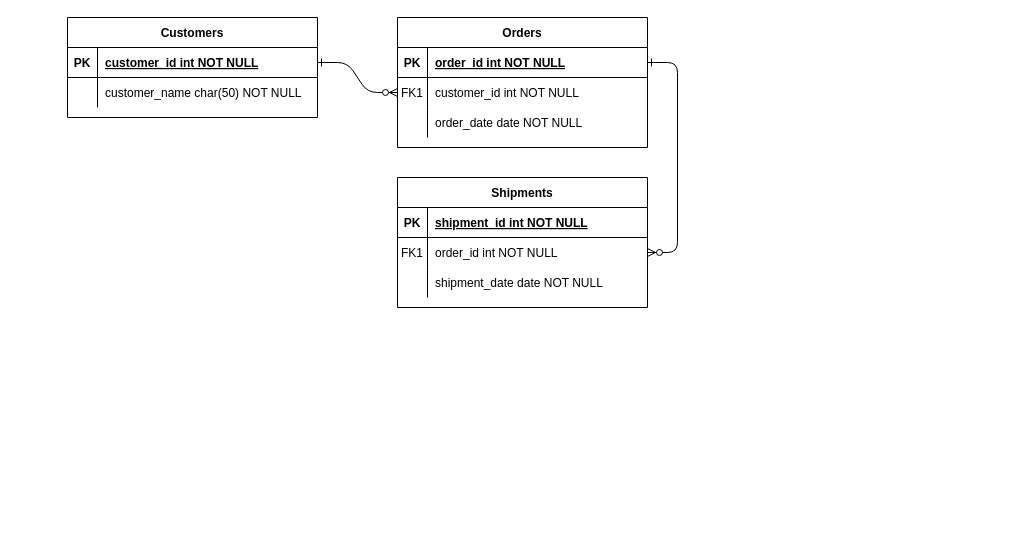
Earlier version of the draw.io diagram Untitled Diagram.drawio (Amol892/Practics1). Source tidied: cells renumbered, new cells numbered last; positions are measured from the earlier drawing's top-left corner, leaving out a move shared by most shapes. Both pictures are drawn from the tidied source at 100%, with x=0, y=0 at pixel (67, 17).
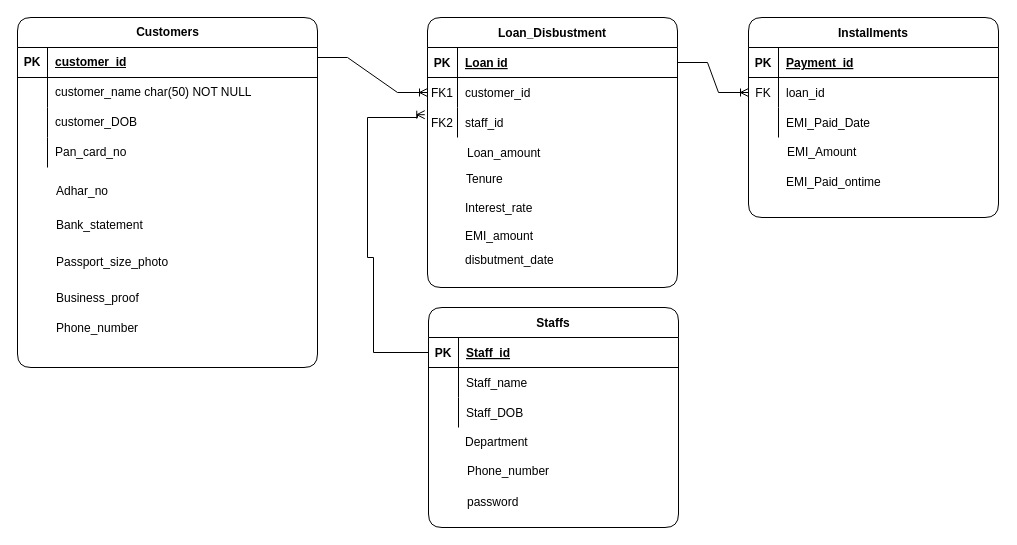
The same page after the edit.

Commit message:
Business_loan_application_Entity_Diagram

Unchanged cells that the change refers to:
```xml
<mxCell id="5" style="shape=partialRectangle;fillColor=none;points=[[0,0.5],[1,0.5]];portConstraint=eastwest;top=0;left=0;right=0;bottom=1;" parent="4" vertex="1">
  <mxGeometry y="30" width="250" height="30" as="geometry" />
</mxCell>
<mxCell id="8" style="shape=partialRectangle;fillColor=none;points=[[0,0.5],[1,0.5]];portConstraint=eastwest;top=0;left=0;right=0;bottom=0;" parent="4" vertex="1">
  <mxGeometry y="60" width="250" height="30" as="geometry" />
</mxCell>
<mxCell id="11" style="shape=partialRectangle;fillColor=none;top=0;left=0;right=0;bottom=0;" parent="4" vertex="1">
  <mxGeometry y="90" width="250" height="30" as="geometry" />
</mxCell>
```

What changed in the source:
```diff
@@
-    <mxCell id="2" style="edgeStyle=entityRelationEdgeStyle;endArrow=ERzeroToMany;startArrow=ERone;endFill=1;startFill=0;" parent="1" edge="1" source="25" target="8">
-      <mxGeometry relative="1" as="geometry" />
-    </mxCell>
-    <mxCell id="3" style="edgeStyle=entityRelationEdgeStyle;endArrow=ERzeroToMany;startArrow=ERone;endFill=1;startFill=0;" parent="1" edge="1" source="5" target="18">
-      <mxGeometry relative="1" as="geometry" />
-    </mxCell>
-    <mxCell id="4" value="Orders" style="shape=table;startSize=30;childLayout=tableLayout;rowLines=0;fontStyle=1;align=center;" parent="1" vertex="1">
-      <mxGeometry x="330" width="250" height="130" as="geometry" />
+    <mxCell id="4" value="Staffs" style="shape=table;startSize=30;childLayout=tableLayout;rowLines=0;fontStyle=1;align=center;rounded=1;" parent="1" vertex="1">
+      <mxGeometry x="361" y="290" width="250" height="220" as="geometry" />
     </mxCell>
@@
-    <mxCell id="7" value="order_id int NOT NULL " style="shape=partialRectangle;overflow=hidden;fillColor=none;top=0;left=0;bottom=0;right=0;align=left;spacingLeft=6;fontStyle=5;" parent="5" vertex="1">
+    <mxCell id="7" value="Staff_id" style="shape=partialRectangle;overflow=hidden;fillColor=none;top=0;left=0;bottom=0;right=0;align=left;spacingLeft=6;fontStyle=5;" parent="5" vertex="1">
       <mxGeometry x="30" width="220" height="30" as="geometry" />
     </mxCell>
@@
-    <mxCell id="9" value="FK1" style="shape=partialRectangle;overflow=hidden;fillColor=none;top=0;left=0;bottom=0;right=0;" parent="8" vertex="1">
+    <mxCell id="9" style="shape=partialRectangle;overflow=hidden;fillColor=none;top=0;left=0;bottom=0;right=0;" parent="8" vertex="1">
       <mxGeometry width="30" height="30" as="geometry" />
     </mxCell>
-    <mxCell id="10" value="customer_id int NOT NULL" style="shape=partialRectangle;overflow=hidden;fillColor=none;top=0;left=0;bottom=0;right=0;align=left;spacingLeft=6;" parent="8" vertex="1">
+    <mxCell id="10" value="Staff_name" style="shape=partialRectangle;overflow=hidden;fillColor=none;top=0;left=0;bottom=0;right=0;align=left;spacingLeft=6;" parent="8" vertex="1">
       <mxGeometry x="30" width="220" height="30" as="geometry" />
     </mxCell>
@@
-    <mxCell id="13" value="order_date date NOT NULL" style="shape=partialRectangle;overflow=hidden;fillColor=none;top=0;left=0;bottom=0;right=0;align=left;spacingLeft=6;" parent="11" vertex="1">
+    <mxCell id="13" value="Staff_DOB" style="shape=partialRectangle;overflow=hidden;fillColor=none;top=0;left=0;bottom=0;right=0;align=left;spacingLeft=6;" parent="11" vertex="1">
       <mxGeometry x="30" width="220" height="30" as="geometry" />
     </mxCell>
-    <mxCell id="14" value="Shipments" style="shape=table;startSize=30;childLayout=tableLayout;rowLines=0;fontStyle=1;align=center;" parent="1" vertex="1">
-      <mxGeometry x="330" y="160" width="250" height="130" as="geometry" />
-    </mxCell>
-    <mxCell id="15" style="shape=partialRectangle;fillColor=none;top=0;left=0;right=0;bottom=1;" parent="14" vertex="1">
-      <mxGeometry y="30" width="250" height="30" as="geometry" />
-    </mxCell>
-    <mxCell id="16" value="PK" style="shape=partialRectangle;overflow=hidden;fillColor=none;top=0;left=0;bottom=0;right=0;fontStyle=1;" parent="15" vertex="1">
-      <mxGeometry width="30" height="30" as="geometry" />
-    </mxCell>
-    <mxCell id="17" value="shipment_id int NOT NULL " style="shape=partialRectangle;overflow=hidden;fillColor=none;top=0;left=0;bottom=0;right=0;align=left;spacingLeft=6;fontStyle=5;" parent="15" vertex="1">
-      <mxGeometry x="30" width="220" height="30" as="geometry" />
-    </mxCell>
-    <mxCell id="18" style="shape=partialRectangle;fillColor=none;points=[[0,0.5],[1,0.5]];portConstraint=eastwest;top=0;left=0;right=0;bottom=0;" parent="14" vertex="1">
-      <mxGeometry y="60" width="250" height="30" as="geometry" />
-    </mxCell>
+    <mxCell id="24" value="Customers" style="shape=table;startSize=30;childLayout=tableLayout;rowLines=0;fontStyle=1;align=center;html=1;rounded=1;" parent="1" vertex="1">
+      <mxGeometry x="-50" width="300" height="350" as="geometry" />
+    </mxCell>
+    <mxCell id="31" style="shape=tableRow;horizontal=0;startSize=0;swimlaneHead=0;swimlaneBody=0;fillColor=none;top=0;left=0;right=0;bottom=1;" parent="24" vertex="1">
+      <mxGeometry y="30" width="300" height="30" as="geometry" />
+    </mxCell>
+    <mxCell id="32" value="PK" style="shape=partialRectangle;fillColor=none;top=0;left=0;bottom=0;right=0;fontStyle=1;overflow=hidden;whiteSpace=wrap;html=1;" parent="31" vertex="1">
+      <mxGeometry width="30" height="30" as="geometry" />
+    </mxCell>
+    <mxCell id="33" value="customer_id" style="shape=partialRectangle;fillColor=none;top=0;left=0;bottom=0;right=0;align=left;spacingLeft=6;fontStyle=5;overflow=hidden;whiteSpace=wrap;html=1;" parent="31" vertex="1">
+      <mxGeometry x="30" width="270" height="30" as="geometry" />
+    </mxCell>
+    <mxCell id="34" style="shape=tableRow;horizontal=0;startSize=0;swimlaneHead=0;swimlaneBody=0;fillColor=none;top=0;left=0;right=0;bottom=0;" parent="24" vertex="1">
+      <mxGeometry y="60" width="300" height="30" as="geometry" />
+    </mxCell>
+    <mxCell id="35" style="shape=partialRectangle;fillColor=none;top=0;left=0;bottom=0;right=0;overflow=hidden;whiteSpace=wrap;html=1;" parent="34" vertex="1">
+      <mxGeometry width="30" height="30" as="geometry" />
+    </mxCell>
+    <mxCell id="30" value="customer_name char(50) NOT NULL" style="shape=partialRectangle;fillColor=none;top=0;left=0;bottom=0;right=0;align=left;spacingLeft=6;overflow=hidden;whiteSpace=wrap;html=1;" parent="34" vertex="1">
+      <mxGeometry x="30" width="270" height="30" as="geometry" />
+    </mxCell>
+    <mxCell id="36" style="shape=tableRow;horizontal=0;startSize=0;swimlaneHead=0;swimlaneBody=0;fillColor=none;top=0;left=0;right=0;bottom=0;" parent="24" vertex="1">
+      <mxGeometry y="90" width="300" height="30" as="geometry" />
+    </mxCell>
+    <mxCell id="37" style="shape=partialRectangle;fillColor=none;top=0;left=0;bottom=0;right=0;overflow=hidden;whiteSpace=wrap;html=1;" parent="36" vertex="1">
+      <mxGeometry width="30" height="30" as="geometry" />
+    </mxCell>
+    <mxCell id="38" value="customer_DOB" style="shape=partialRectangle;fillColor=none;top=0;left=0;bottom=0;right=0;align=left;spacingLeft=6;overflow=hidden;whiteSpace=wrap;html=1;" parent="36" vertex="1">
+      <mxGeometry x="30" width="270" height="30" as="geometry" />
+    </mxCell>
+    <mxCell id="39" style="shape=tableRow;horizontal=0;startSize=0;swimlaneHead=0;swimlaneBody=0;fillColor=none;top=0;left=0;right=0;bottom=0;" parent="24" vertex="1">
+      <mxGeometry y="120" width="300" height="30" as="geometry" />
+    </mxCell>
+    <mxCell id="40" style="shape=partialRectangle;fillColor=none;top=0;left=0;bottom=0;right=0;overflow=hidden;whiteSpace=wrap;html=1;" parent="39" vertex="1">
+      <mxGeometry width="30" height="30" as="geometry" />
+    </mxCell>
+    <mxCell id="41" value="Pan_card_no" style="shape=partialRectangle;fillColor=none;top=0;left=0;bottom=0;right=0;align=left;spacingLeft=6;overflow=hidden;whiteSpace=wrap;html=1;" parent="39" vertex="1">
+      <mxGeometry x="30" width="270" height="30" as="geometry" />
+    </mxCell>
+    <mxCell id="42" style="shape=tableRow;horizontal=0;startSize=0;swimlaneHead=0;swimlaneBody=0;fillColor=none;top=0;left=0;right=0;bottom=0;" parent="1" vertex="1">
+      <mxGeometry x="-49" y="159" width="300" height="30" as="geometry" />
+    </mxCell>
+    <mxCell id="43" style="shape=partialRectangle;fillColor=none;top=0;left=0;bottom=0;right=0;overflow=hidden;whiteSpace=wrap;html=1;" parent="42" vertex="1">
+      <mxGeometry width="30" height="30" as="geometry" />
+    </mxCell>
+    <mxCell id="44" value="Adhar_no" style="shape=partialRectangle;fillColor=none;top=0;left=0;bottom=0;right=0;align=left;spacingLeft=6;overflow=hidden;whiteSpace=wrap;html=1;" parent="42" vertex="1">
+      <mxGeometry x="30" width="270" height="30" as="geometry" />
+    </mxCell>
+    <mxCell id="45" value="Bank_statement" style="shape=partialRectangle;fillColor=none;top=0;left=0;bottom=0;right=0;align=left;spacingLeft=6;overflow=hidden;whiteSpace=wrap;html=1;" parent="1" vertex="1">
+      <mxGeometry x="-19" y="193" width="270" height="30" as="geometry" />
+    </mxCell>
+    <mxCell id="46" value="Passport_size_photo" style="shape=partialRectangle;fillColor=none;top=0;left=0;bottom=0;right=0;align=left;spacingLeft=6;overflow=hidden;whiteSpace=wrap;html=1;" parent="1" vertex="1">
+      <mxGeometry x="-19" y="230" width="270" height="30" as="geometry" />
+    </mxCell>
+    <mxCell id="47" value="Business_proof" style="shape=partialRectangle;fillColor=none;top=0;left=0;bottom=0;right=0;align=left;spacingLeft=6;overflow=hidden;whiteSpace=wrap;html=1;" parent="1" vertex="1">
+      <mxGeometry x="-19" y="266" width="270" height="30" as="geometry" />
+    </mxCell>
+    <mxCell id="48" value="Department" style="shape=partialRectangle;overflow=hidden;fillColor=none;top=0;left=0;bottom=0;right=0;align=left;spacingLeft=6;" parent="1" vertex="1">
+      <mxGeometry x="390" y="409" width="220" height="30" as="geometry" />
+    </mxCell>
+    <mxCell id="49" value="password" style="shape=partialRectangle;overflow=hidden;fillColor=none;top=0;left=0;bottom=0;right=0;align=left;spacingLeft=6;" parent="1" vertex="1">
+      <mxGeometry x="392" y="469" width="220" height="30" as="geometry" />
+    </mxCell>
+    <mxCell id="50" value="Phone_number" style="shape=partialRectangle;fillColor=none;top=0;left=0;bottom=0;right=0;align=left;spacingLeft=6;overflow=hidden;whiteSpace=wrap;html=1;" parent="1" vertex="1">
+      <mxGeometry x="-19" y="296" width="270" height="30" as="geometry" />
+    </mxCell>
+    <mxCell id="51" value="Phone_number" style="shape=partialRectangle;fillColor=none;top=0;left=0;bottom=0;right=0;align=left;spacingLeft=6;overflow=hidden;whiteSpace=wrap;html=1;" parent="1" vertex="1">
+      <mxGeometry x="392" y="439" width="219" height="30" as="geometry" />
+    </mxCell>
+    <mxCell id="52" value="Loan_Disbustment" style="shape=table;startSize=30;childLayout=tableLayout;rowLines=0;fontStyle=1;align=center;rounded=1;" parent="1" vertex="1">
+      <mxGeometry x="360" width="250" height="270" as="geometry" />
+    </mxCell>
+    <mxCell id="53" style="shape=partialRectangle;fillColor=none;points=[[0,0.5],[1,0.5]];portConstraint=eastwest;top=0;left=0;right=0;bottom=1;" parent="52" vertex="1">
+      <mxGeometry y="30" width="250" height="30" as="geometry" />
+    </mxCell>
+    <mxCell id="54" value="PK" style="shape=partialRectangle;overflow=hidden;fillColor=none;top=0;left=0;bottom=0;right=0;fontStyle=1;" parent="53" vertex="1">
+      <mxGeometry width="30" height="30" as="geometry" />
+    </mxCell>
+    <mxCell id="55" value="Loan id" style="shape=partialRectangle;overflow=hidden;fillColor=none;top=0;left=0;bottom=0;right=0;align=left;spacingLeft=6;fontStyle=5;" parent="53" vertex="1">
+      <mxGeometry x="30" width="220" height="30" as="geometry" />
+    </mxCell>
+    <mxCell id="56" style="shape=partialRectangle;fillColor=none;points=[[0,0.5],[1,0.5]];portConstraint=eastwest;top=0;left=0;right=0;bottom=0;" parent="52" vertex="1">
+      <mxGeometry y="60" width="250" height="30" as="geometry" />
+    </mxCell>
-    <mxCell id="19" value="FK1" style="shape=partialRectangle;overflow=hidden;fillColor=none;top=0;left=0;bottom=0;right=0;" parent="18" vertex="1">
+    <mxCell id="19" value="FK1" style="shape=partialRectangle;overflow=hidden;fillColor=none;top=0;left=0;bottom=0;right=0;" parent="56" vertex="1">
       <mxGeometry width="30" height="30" as="geometry" />
     </mxCell>
-    <mxCell id="20" value="order_id int NOT NULL" style="shape=partialRectangle;overflow=hidden;fillColor=none;top=0;left=0;bottom=0;right=0;align=left;spacingLeft=6;" parent="18" vertex="1">
-      <mxGeometry x="30" width="220" height="30" as="geometry" />
-    </mxCell>
-    <mxCell id="21" style="shape=partialRectangle;fillColor=none;top=0;left=0;right=0;bottom=0;" parent="14" vertex="1">
-      <mxGeometry y="90" width="250" height="30" as="geometry" />
-    </mxCell>
-    <mxCell id="22" style="shape=partialRectangle;overflow=hidden;fillColor=none;top=0;left=0;bottom=0;right=0;" parent="21" vertex="1">
-      <mxGeometry width="30" height="30" as="geometry" />
-    </mxCell>
-    <mxCell id="23" value="shipment_date date NOT NULL" style="shape=partialRectangle;overflow=hidden;fillColor=none;top=0;left=0;bottom=0;right=0;align=left;spacingLeft=6;" parent="21" vertex="1">
-      <mxGeometry x="30" width="220" height="30" as="geometry" />
-    </mxCell>
-    <mxCell id="24" value="Customers" style="shape=table;startSize=30;childLayout=tableLayout;rowLines=0;fontStyle=1;align=center;" parent="1" vertex="1">
-      <mxGeometry width="250" height="100" as="geometry" />
-    </mxCell>
-    <mxCell id="25" style="shape=partialRectangle;fillColor=none;points=[[0,0.5],[1,0.5]];portConstraint=eastwest;top=0;left=0;right=0;bottom=1;" parent="24" vertex="1">
-      <mxGeometry y="30" width="250" height="30" as="geometry" />
-    </mxCell>
-    <mxCell id="26" value="PK" style="shape=partialRectangle;overflow=hidden;fillColor=none;top=0;left=0;bottom=0;right=0;fontStyle=1;" parent="25" vertex="1">
-      <mxGeometry width="30" height="30" as="geometry" />
-    </mxCell>
-    <mxCell id="27" value="customer_id int NOT NULL " style="shape=partialRectangle;overflow=hidden;fillColor=none;top=0;left=0;bottom=0;right=0;align=left;spacingLeft=6;fontStyle=5;" parent="25" vertex="1">
-      <mxGeometry x="30" width="220" height="30" as="geometry" />
-    </mxCell>
-    <mxCell id="28" style="shape=partialRectangle;fillColor=none;top=0;left=0;right=0;bottom=0;" parent="24" vertex="1">
-      <mxGeometry y="60" width="250" height="30" as="geometry" />
-    </mxCell>
-    <mxCell id="29" style="shape=partialRectangle;overflow=hidden;fillColor=none;top=0;left=0;bottom=0;right=0;" parent="28" vertex="1">
-      <mxGeometry width="30" height="30" as="geometry" />
-    </mxCell>
-    <mxCell id="30" value="customer_name char(50) NOT NULL" style="shape=partialRectangle;overflow=hidden;fillColor=none;top=0;left=0;bottom=0;right=0;align=left;spacingLeft=6;" parent="28" vertex="1">
-      <mxGeometry x="30" width="220" height="30" as="geometry" />
-    </mxCell>
+    <mxCell id="57" value="customer_id" style="shape=partialRectangle;overflow=hidden;fillColor=none;top=0;left=0;bottom=0;right=0;align=left;spacingLeft=6;" parent="56" vertex="1">
+      <mxGeometry x="30" width="220" height="30" as="geometry" />
+    </mxCell>
+    <mxCell id="58" style="shape=partialRectangle;fillColor=none;points=[[0,0.5],[1,0.5]];portConstraint=eastwest;top=0;left=0;right=0;bottom=0;" parent="52" vertex="1">
+      <mxGeometry y="90" width="250" height="30" as="geometry" />
+    </mxCell>
+    <mxCell id="59" value="FK2" style="shape=partialRectangle;overflow=hidden;fillColor=none;top=0;left=0;bottom=0;right=0;" parent="58" vertex="1">
+      <mxGeometry width="30" height="30" as="geometry" />
+    </mxCell>
+    <mxCell id="60" value="staff_id" style="shape=partialRectangle;overflow=hidden;fillColor=none;top=0;left=0;bottom=0;right=0;align=left;spacingLeft=6;" parent="58" vertex="1">
+      <mxGeometry x="30" width="220" height="30" as="geometry" />
+    </mxCell>
+    <mxCell id="61" value="Interest_rate" style="shape=partialRectangle;overflow=hidden;fillColor=none;top=0;left=0;bottom=0;right=0;align=left;spacingLeft=6;" parent="1" vertex="1">
+      <mxGeometry x="390" y="175" width="220" height="30" as="geometry" />
+    </mxCell>
+    <mxCell id="62" value="Tenure" style="shape=partialRectangle;overflow=hidden;fillColor=none;top=0;left=0;bottom=0;right=0;align=left;spacingLeft=6;" parent="1" vertex="1">
+      <mxGeometry x="391" y="146" width="220" height="30" as="geometry" />
+    </mxCell>
+    <mxCell id="63" style="edgeStyle=entityRelationEdgeStyle;fontSize=12;html=1;endArrow=ERoneToMany;rounded=0;fontFamily=Helvetica;fontColor=default;startSize=30;entryX=0;entryY=0.5;entryDx=0;entryDy=0;" parent="1" edge="1" target="56">
+      <mxGeometry relative="1" as="geometry">
+        <mxPoint x="250" y="40" as="sourcePoint" />
+        <Array as="points">
+          <mxPoint x="379" y="70" />
+          <mxPoint x="310" y="80" />
+          <mxPoint x="290" y="80" />
+          <mxPoint x="280" y="60" />
+          <mxPoint x="310" y="60" />
+          <mxPoint x="300" y="80" />
+          <mxPoint x="369" y="30" />
+          <mxPoint x="400" y="130" />
+          <mxPoint x="410" y="80" />
+          <mxPoint x="339" y="-50" />
+        </Array>
+      </mxGeometry>
+    </mxCell>
+    <mxCell id="64" style="edgeStyle=orthogonalEdgeStyle;fontSize=12;html=1;endArrow=ERoneToMany;rounded=0;fontFamily=Helvetica;fontColor=default;startSize=30;elbow=vertical;exitX=0;exitY=0.5;exitDx=0;exitDy=0;entryX=-0.011;entryY=0.24;entryDx=0;entryDy=0;entryPerimeter=0;" parent="1" edge="1" source="5" target="58">
+      <mxGeometry relative="1" as="geometry">
+        <Array as="points">
+          <mxPoint x="306" y="335" />
+          <mxPoint x="306" y="240" />
+          <mxPoint x="300" y="240" />
+          <mxPoint x="300" y="100" />
+          <mxPoint x="350" y="100" />
+          <mxPoint x="350" y="97" />
+        </Array>
+      </mxGeometry>
+    </mxCell>
+    <mxCell id="65" value="Installments" style="shape=table;startSize=30;childLayout=tableLayout;rowLines=0;fontStyle=1;align=center;rounded=1;" parent="1" vertex="1">
+      <mxGeometry x="681" width="250" height="200" as="geometry" />
+    </mxCell>
+    <mxCell id="66" style="shape=partialRectangle;fillColor=none;top=0;left=0;right=0;bottom=1;" parent="65" vertex="1">
+      <mxGeometry y="30" width="250" height="30" as="geometry" />
+    </mxCell>
+    <mxCell id="67" value="PK" style="shape=partialRectangle;overflow=hidden;fillColor=none;top=0;left=0;bottom=0;right=0;fontStyle=1;" parent="66" vertex="1">
+      <mxGeometry width="30" height="30" as="geometry" />
+    </mxCell>
+    <mxCell id="68" value="Payment_id" style="shape=partialRectangle;overflow=hidden;fillColor=none;top=0;left=0;bottom=0;right=0;align=left;spacingLeft=6;fontStyle=5;" parent="66" vertex="1">
+      <mxGeometry x="30" width="220" height="30" as="geometry" />
+    </mxCell>
+    <mxCell id="69" style="shape=partialRectangle;fillColor=none;points=[[0,0.5],[1,0.5]];portConstraint=eastwest;top=0;left=0;right=0;bottom=0;" parent="65" vertex="1">
+      <mxGeometry y="60" width="250" height="30" as="geometry" />
+    </mxCell>
+    <mxCell id="70" value="FK" style="shape=partialRectangle;overflow=hidden;fillColor=none;top=0;left=0;bottom=0;right=0;" parent="69" vertex="1">
+      <mxGeometry width="30" height="30" as="geometry" />
+    </mxCell>
+    <mxCell id="71" value="loan_id" style="shape=partialRectangle;overflow=hidden;fillColor=none;top=0;left=0;bottom=0;right=0;align=left;spacingLeft=6;" parent="69" vertex="1">
+      <mxGeometry x="30" width="220" height="30" as="geometry" />
+    </mxCell>
+    <mxCell id="72" style="shape=partialRectangle;fillColor=none;top=0;left=0;right=0;bottom=0;" parent="65" vertex="1">
+      <mxGeometry y="90" width="250" height="30" as="geometry" />
+    </mxCell>
+    <mxCell id="73" style="shape=partialRectangle;overflow=hidden;fillColor=none;top=0;left=0;bottom=0;right=0;" parent="72" vertex="1">
+      <mxGeometry width="30" height="30" as="geometry" />
+    </mxCell>
+    <mxCell id="74" value="EMI_Paid_Date" style="shape=partialRectangle;overflow=hidden;fillColor=none;top=0;left=0;bottom=0;right=0;align=left;spacingLeft=6;" parent="72" vertex="1">
+      <mxGeometry x="30" width="220" height="30" as="geometry" />
+    </mxCell>
+    <mxCell id="75" value="EMI_Paid_ontime" style="shape=partialRectangle;overflow=hidden;fillColor=none;top=0;left=0;bottom=0;right=0;align=left;spacingLeft=6;" parent="1" vertex="1">
+      <mxGeometry x="711" y="149" width="220" height="30" as="geometry" />
+    </mxCell>
+    <mxCell id="76" value="EMI_Amount" style="shape=partialRectangle;overflow=hidden;fillColor=none;top=0;left=0;bottom=0;right=0;align=left;spacingLeft=6;" parent="1" vertex="1">
+      <mxGeometry x="712" y="119" width="220" height="30" as="geometry" />
+    </mxCell>
+    <mxCell id="77" value="EMI_amount" style="shape=partialRectangle;overflow=hidden;fillColor=none;top=0;left=0;bottom=0;right=0;align=left;spacingLeft=6;" parent="1" vertex="1">
+      <mxGeometry x="390" y="203" width="220" height="30" as="geometry" />
+    </mxCell>
+    <mxCell id="78" value="disbutment_date" style="shape=partialRectangle;overflow=hidden;fillColor=none;top=0;left=0;bottom=0;right=0;align=left;spacingLeft=6;" parent="1" vertex="1">
+      <mxGeometry x="390" y="227" width="220" height="30" as="geometry" />
+    </mxCell>
+    <mxCell id="79" value="Loan_amount" style="shape=partialRectangle;overflow=hidden;fillColor=none;top=0;left=0;bottom=0;right=0;align=left;spacingLeft=6;" parent="1" vertex="1">
+      <mxGeometry x="392" y="120" width="220" height="30" as="geometry" />
+    </mxCell>
+    <mxCell id="80" style="edgeStyle=entityRelationEdgeStyle;fontSize=12;html=1;endArrow=ERoneToMany;rounded=0;fontFamily=Helvetica;fontColor=default;startSize=30;exitX=1;exitY=0.5;exitDx=0;exitDy=0;entryX=0;entryY=0.5;entryDx=0;entryDy=0;" parent="1" edge="1" source="53" target="69">
+      <mxGeometry relative="1" as="geometry" />
+    </mxCell>
```
